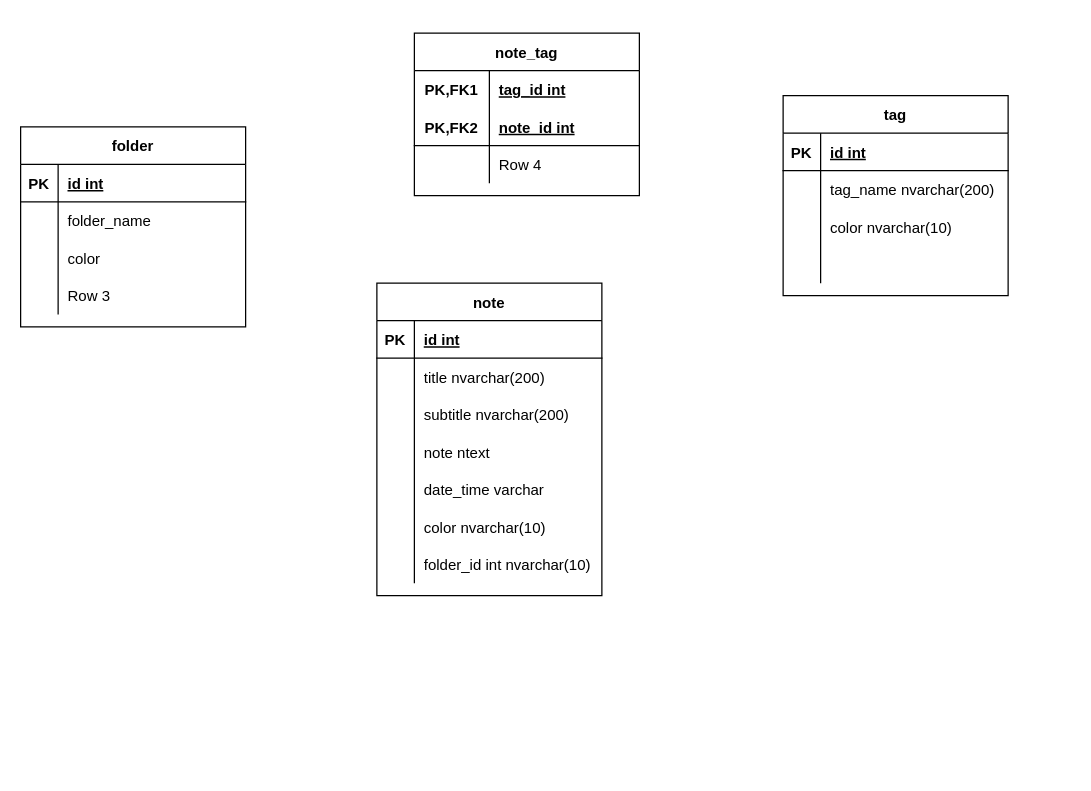
The draw.io diagram SimpleNote.drawio in GroupXAndroid/SimpleNote, before the edit. Source tidied: cells renumbered, new cells numbered last; positions are measured from the earlier drawing's top-left corner, leaving out a move shared by most shapes. Both pictures are drawn from the tidied source at 125%, with x=0, y=0 at pixel (20, 32).
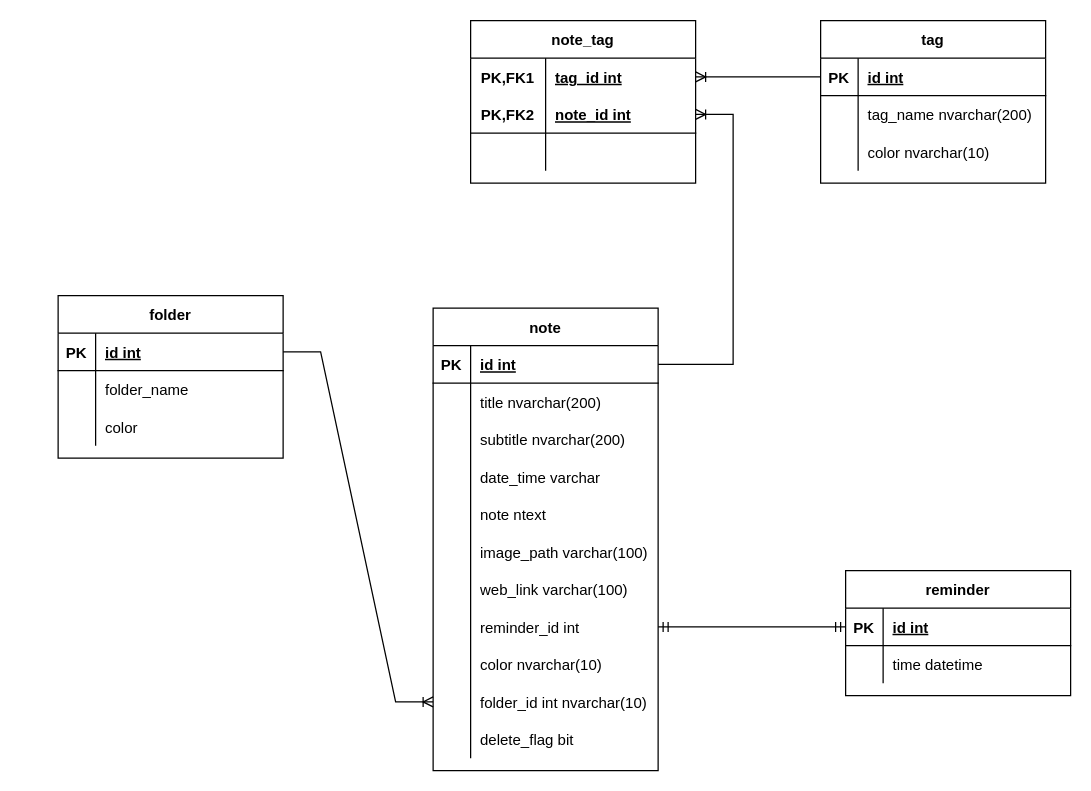
After the change.

The change refers to these unchanged cells:
```xml
<mxCell id="3" style="shape=tableRow;horizontal=0;startSize=0;swimlaneHead=0;swimlaneBody=0;fillColor=none;points=[[0,0.5],[1,0.5]];portConstraint=eastwest;top=0;left=0;right=0;bottom=1;" parent="2" vertex="1">
  <mxGeometry y="30" width="180" height="30" as="geometry" />
</mxCell>
<mxCell id="25" style="shape=tableRow;horizontal=0;startSize=0;swimlaneHead=0;swimlaneBody=0;fillColor=none;points=[[0,0.5],[1,0.5]];portConstraint=eastwest;top=0;left=0;right=0;bottom=1;" parent="24" vertex="1">
  <mxGeometry y="30" width="180" height="30" as="geometry" />
</mxCell>
<mxCell id="38" style="shape=tableRow;horizontal=0;startSize=0;swimlaneHead=0;swimlaneBody=0;fillColor=none;points=[[0,0.5],[1,0.5]];portConstraint=eastwest;top=0;left=0;right=0;bottom=0;" parent="37" vertex="1">
  <mxGeometry y="30" width="180" height="30" as="geometry" />
</mxCell>
<mxCell id="41" style="shape=tableRow;horizontal=0;startSize=0;swimlaneHead=0;swimlaneBody=0;fillColor=none;points=[[0,0.5],[1,0.5]];portConstraint=eastwest;top=0;left=0;right=0;bottom=1;" parent="37" vertex="1">
  <mxGeometry y="60" width="180" height="30" as="geometry" />
</mxCell>
<mxCell id="44" style="shape=tableRow;horizontal=0;startSize=0;swimlaneHead=0;swimlaneBody=0;fillColor=none;top=0;left=0;right=0;bottom=0;" parent="37" vertex="1">
  <mxGeometry y="90" width="180" height="30" as="geometry" />
</mxCell>
<mxCell id="48" style="shape=tableRow;horizontal=0;startSize=0;swimlaneHead=0;swimlaneBody=0;fillColor=none;points=[[0,0.5],[1,0.5]];portConstraint=eastwest;top=0;left=0;right=0;bottom=1;" parent="47" vertex="1">
  <mxGeometry y="30" width="180" height="30" as="geometry" />
</mxCell>
```

What changed in the source:
```diff
@@
     <mxCell id="2" value="note" style="shape=table;startSize=30;childLayout=tableLayout;rowLines=0;fontStyle=1;align=center;" parent="1" vertex="1">
-      <mxGeometry x="285" y="200" width="180" height="250" as="geometry" />
+      <mxGeometry x="330" y="220" width="180" height="370" as="geometry" />
     </mxCell>
@@
+    <mxCell id="15" style="shape=tableRow;horizontal=0;startSize=0;swimlaneHead=0;swimlaneBody=0;fillColor=none;top=0;left=0;right=0;bottom=0;" parent="2" vertex="1">
+      <mxGeometry y="120" width="180" height="30" as="geometry" />
+    </mxCell>
+    <mxCell id="16" style="shape=partialRectangle;fillColor=none;top=0;left=0;bottom=0;right=0;overflow=hidden;" parent="15" vertex="1">
+      <mxGeometry width="30" height="30" as="geometry" />
+    </mxCell>
+    <mxCell id="17" value="date_time varchar" style="shape=partialRectangle;fillColor=none;top=0;left=0;bottom=0;right=0;align=left;spacingLeft=6;overflow=hidden;" parent="15" vertex="1">
+      <mxGeometry x="30" width="150" height="30" as="geometry" />
+    </mxCell>
     <mxCell id="12" style="shape=tableRow;horizontal=0;startSize=0;swimlaneHead=0;swimlaneBody=0;fillColor=none;top=0;left=0;right=0;bottom=0;" parent="2" vertex="1">
-      <mxGeometry y="120" width="180" height="30" as="geometry" />
+      <mxGeometry y="150" width="180" height="30" as="geometry" />
     </mxCell>
@@
-    <mxCell id="15" style="shape=tableRow;horizontal=0;startSize=0;swimlaneHead=0;swimlaneBody=0;fillColor=none;top=0;left=0;right=0;bottom=0;" parent="2" vertex="1">
-      <mxGeometry y="150" width="180" height="30" as="geometry" />
-    </mxCell>
-    <mxCell id="16" style="shape=partialRectangle;fillColor=none;top=0;left=0;bottom=0;right=0;overflow=hidden;" parent="15" vertex="1">
-      <mxGeometry width="30" height="30" as="geometry" />
-    </mxCell>
-    <mxCell id="17" value="date_time varchar" style="shape=partialRectangle;fillColor=none;top=0;left=0;bottom=0;right=0;align=left;spacingLeft=6;overflow=hidden;" parent="15" vertex="1">
-      <mxGeometry x="30" width="150" height="30" as="geometry" />
-    </mxCell>
+    <mxCell id="60" style="shape=tableRow;horizontal=0;startSize=0;swimlaneHead=0;swimlaneBody=0;fillColor=none;top=0;left=0;right=0;bottom=0;" parent="2" vertex="1">
+      <mxGeometry y="180" width="180" height="30" as="geometry" />
+    </mxCell>
+    <mxCell id="61" style="shape=partialRectangle;fillColor=none;top=0;left=0;bottom=0;right=0;overflow=hidden;" parent="60" vertex="1">
+      <mxGeometry width="30" height="30" as="geometry" />
+    </mxCell>
+    <mxCell id="62" value="image_path varchar(100)" style="shape=partialRectangle;fillColor=none;top=0;left=0;bottom=0;right=0;align=left;spacingLeft=6;overflow=hidden;" parent="60" vertex="1">
+      <mxGeometry x="30" width="150" height="30" as="geometry" />
+    </mxCell>
+    <mxCell id="63" style="shape=tableRow;horizontal=0;startSize=0;swimlaneHead=0;swimlaneBody=0;fillColor=none;top=0;left=0;right=0;bottom=0;" parent="2" vertex="1">
+      <mxGeometry y="210" width="180" height="30" as="geometry" />
+    </mxCell>
+    <mxCell id="64" style="shape=partialRectangle;fillColor=none;top=0;left=0;bottom=0;right=0;overflow=hidden;" parent="63" vertex="1">
+      <mxGeometry width="30" height="30" as="geometry" />
+    </mxCell>
+    <mxCell id="65" value="web_link varchar(100)" style="shape=partialRectangle;fillColor=none;top=0;left=0;bottom=0;right=0;align=left;spacingLeft=6;overflow=hidden;" parent="63" vertex="1">
+      <mxGeometry x="30" width="150" height="30" as="geometry" />
+    </mxCell>
+    <mxCell id="66" style="shape=tableRow;horizontal=0;startSize=0;swimlaneHead=0;swimlaneBody=0;fillColor=none;points=[[0,0.5],[1,0.5]];portConstraint=eastwest;top=0;left=0;right=0;bottom=0;" parent="2" vertex="1">
+      <mxGeometry y="240" width="180" height="30" as="geometry" />
+    </mxCell>
+    <mxCell id="67" style="shape=partialRectangle;fillColor=none;top=0;left=0;bottom=0;right=0;overflow=hidden;" parent="66" vertex="1">
+      <mxGeometry width="30" height="30" as="geometry" />
+    </mxCell>
+    <mxCell id="68" value="reminder_id int" style="shape=partialRectangle;fillColor=none;top=0;left=0;bottom=0;right=0;align=left;spacingLeft=6;overflow=hidden;" parent="66" vertex="1">
+      <mxGeometry x="30" width="150" height="30" as="geometry" />
+    </mxCell>
     <mxCell id="18" style="shape=tableRow;horizontal=0;startSize=0;swimlaneHead=0;swimlaneBody=0;fillColor=none;top=0;left=0;right=0;bottom=0;" parent="2" vertex="1">
-      <mxGeometry y="180" width="180" height="30" as="geometry" />
+      <mxGeometry y="270" width="180" height="30" as="geometry" />
     </mxCell>
@@
     <mxCell id="21" style="shape=tableRow;horizontal=0;startSize=0;swimlaneHead=0;swimlaneBody=0;fillColor=none;points=[[0,0.5],[1,0.5]];portConstraint=eastwest;top=0;left=0;right=0;bottom=0;" parent="2" vertex="1">
-      <mxGeometry y="210" width="180" height="30" as="geometry" />
+      <mxGeometry y="300" width="180" height="30" as="geometry" />
     </mxCell>
@@
+    <mxCell id="69" style="shape=tableRow;horizontal=0;startSize=0;swimlaneHead=0;swimlaneBody=0;fillColor=none;top=0;left=0;right=0;bottom=0;" parent="2" vertex="1">
+      <mxGeometry y="330" width="180" height="30" as="geometry" />
+    </mxCell>
+    <mxCell id="70" style="shape=partialRectangle;fillColor=none;top=0;left=0;bottom=0;right=0;overflow=hidden;" parent="69" vertex="1">
+      <mxGeometry width="30" height="30" as="geometry" />
+    </mxCell>
+    <mxCell id="71" value="delete_flag bit" style="shape=partialRectangle;fillColor=none;top=0;left=0;bottom=0;right=0;align=left;spacingLeft=6;overflow=hidden;" parent="69" vertex="1">
+      <mxGeometry x="30" width="150" height="30" as="geometry" />
+    </mxCell>
     <mxCell id="24" value="tag" style="shape=table;startSize=30;childLayout=tableLayout;rowLines=0;fontStyle=1;align=center;" parent="1" vertex="1">
-      <mxGeometry x="610" y="50" width="180" height="160" as="geometry" />
+      <mxGeometry x="640" y="-10" width="180" height="130" as="geometry" />
     </mxCell>
@@
-    <mxCell id="34" style="shape=tableRow;horizontal=0;startSize=0;swimlaneHead=0;swimlaneBody=0;fillColor=none;top=0;left=0;right=0;bottom=0;" parent="24" vertex="1">
-      <mxGeometry y="120" width="180" height="30" as="geometry" />
-    </mxCell>
-    <mxCell id="35" style="shape=partialRectangle;fillColor=none;top=0;left=0;bottom=0;right=0;overflow=hidden;" parent="34" vertex="1">
-      <mxGeometry width="30" height="30" as="geometry" />
-    </mxCell>
-    <mxCell id="36" style="shape=partialRectangle;fillColor=none;top=0;left=0;bottom=0;right=0;align=left;spacingLeft=6;overflow=hidden;" parent="34" vertex="1">
-      <mxGeometry x="30" width="150" height="30" as="geometry" />
-    </mxCell>
     <mxCell id="37" value="note_tag" style="shape=table;startSize=30;childLayout=tableLayout;rowLines=0;fontStyle=1;align=center;" parent="1" vertex="1">
-      <mxGeometry x="315" width="180" height="130" as="geometry" />
+      <mxGeometry x="360" y="-10" width="180" height="130" as="geometry" />
     </mxCell>
@@
-    <mxCell id="46" value="Row 4" style="shape=partialRectangle;fillColor=none;top=0;left=0;bottom=0;right=0;align=left;spacingLeft=6;overflow=hidden;" parent="44" vertex="1">
+    <mxCell id="46" style="shape=partialRectangle;fillColor=none;top=0;left=0;bottom=0;right=0;align=left;spacingLeft=6;overflow=hidden;" parent="44" vertex="1">
       <mxGeometry x="60" width="120" height="30" as="geometry" />
     </mxCell>
     <mxCell id="47" value="folder" style="shape=table;startSize=30;childLayout=tableLayout;rowLines=0;fontStyle=1;align=center;" parent="1" vertex="1">
-      <mxGeometry y="75" width="180" height="160" as="geometry" />
+      <mxGeometry x="30" y="210" width="180" height="130" as="geometry" />
     </mxCell>
@@
-    <mxCell id="57" style="shape=tableRow;horizontal=0;startSize=0;swimlaneHead=0;swimlaneBody=0;fillColor=none;top=0;left=0;right=0;bottom=0;" parent="47" vertex="1">
-      <mxGeometry y="120" width="180" height="30" as="geometry" />
-    </mxCell>
-    <mxCell id="58" style="shape=partialRectangle;fillColor=none;top=0;left=0;bottom=0;right=0;overflow=hidden;" parent="57" vertex="1">
-      <mxGeometry width="30" height="30" as="geometry" />
-    </mxCell>
-    <mxCell id="59" value="Row 3 " style="shape=partialRectangle;fillColor=none;top=0;left=0;bottom=0;right=0;align=left;spacingLeft=6;overflow=hidden;" parent="57" vertex="1">
-      <mxGeometry x="30" width="150" height="30" as="geometry" />
-    </mxCell>
+    <mxCell id="72" style="edgeStyle=entityRelationEdgeStyle;fontSize=12;html=1;endArrow=ERoneToMany;rounded=0;" parent="1" edge="1" source="3" target="41">
+      <mxGeometry relative="1" as="geometry" />
+    </mxCell>
+    <mxCell id="73" style="edgeStyle=entityRelationEdgeStyle;fontSize=12;html=1;endArrow=ERoneToMany;rounded=0;" parent="1" edge="1" source="25" target="38">
+      <mxGeometry relative="1" as="geometry" />
+    </mxCell>
+    <mxCell id="74" style="edgeStyle=entityRelationEdgeStyle;fontSize=12;html=1;endArrow=ERoneToMany;rounded=0;" parent="1" edge="1" source="48" target="21">
+      <mxGeometry relative="1" as="geometry" />
+    </mxCell>
+    <mxCell id="75" value="reminder" style="shape=table;startSize=30;childLayout=tableLayout;rowLines=0;fontStyle=1;align=center;" parent="1" vertex="1">
+      <mxGeometry x="660" y="430" width="180" height="100" as="geometry" />
+    </mxCell>
+    <mxCell id="76" style="shape=tableRow;horizontal=0;startSize=0;swimlaneHead=0;swimlaneBody=0;fillColor=none;points=[[0,0.5],[1,0.5]];portConstraint=eastwest;top=0;left=0;right=0;bottom=1;" parent="75" vertex="1">
+      <mxGeometry y="30" width="180" height="30" as="geometry" />
+    </mxCell>
+    <mxCell id="77" value="PK" style="shape=partialRectangle;fillColor=none;top=0;left=0;bottom=0;right=0;fontStyle=1;overflow=hidden;" parent="76" vertex="1">
+      <mxGeometry width="30" height="30" as="geometry" />
+    </mxCell>
+    <mxCell id="78" value="id int" style="shape=partialRectangle;fillColor=none;top=0;left=0;bottom=0;right=0;align=left;spacingLeft=6;fontStyle=5;overflow=hidden;" parent="76" vertex="1">
+      <mxGeometry x="30" width="150" height="30" as="geometry" />
+    </mxCell>
+    <mxCell id="79" style="shape=tableRow;horizontal=0;startSize=0;swimlaneHead=0;swimlaneBody=0;fillColor=none;top=0;left=0;right=0;bottom=0;" parent="75" vertex="1">
+      <mxGeometry y="60" width="180" height="30" as="geometry" />
+    </mxCell>
+    <mxCell id="80" style="shape=partialRectangle;fillColor=none;top=0;left=0;bottom=0;right=0;overflow=hidden;" parent="79" vertex="1">
+      <mxGeometry width="30" height="30" as="geometry" />
+    </mxCell>
+    <mxCell id="81" value="time datetime" style="shape=partialRectangle;fillColor=none;top=0;left=0;bottom=0;right=0;align=left;spacingLeft=6;overflow=hidden;" parent="79" vertex="1">
+      <mxGeometry x="30" width="150" height="30" as="geometry" />
+    </mxCell>
+    <mxCell id="82" style="edgeStyle=entityRelationEdgeStyle;fontSize=12;html=1;endArrow=ERmandOne;startArrow=ERmandOne;rounded=0;entryX=0;entryY=0.5;entryDx=0;entryDy=0;" parent="1" edge="1" source="66" target="76">
+      <mxGeometry relative="1" as="geometry" />
+    </mxCell>
```
